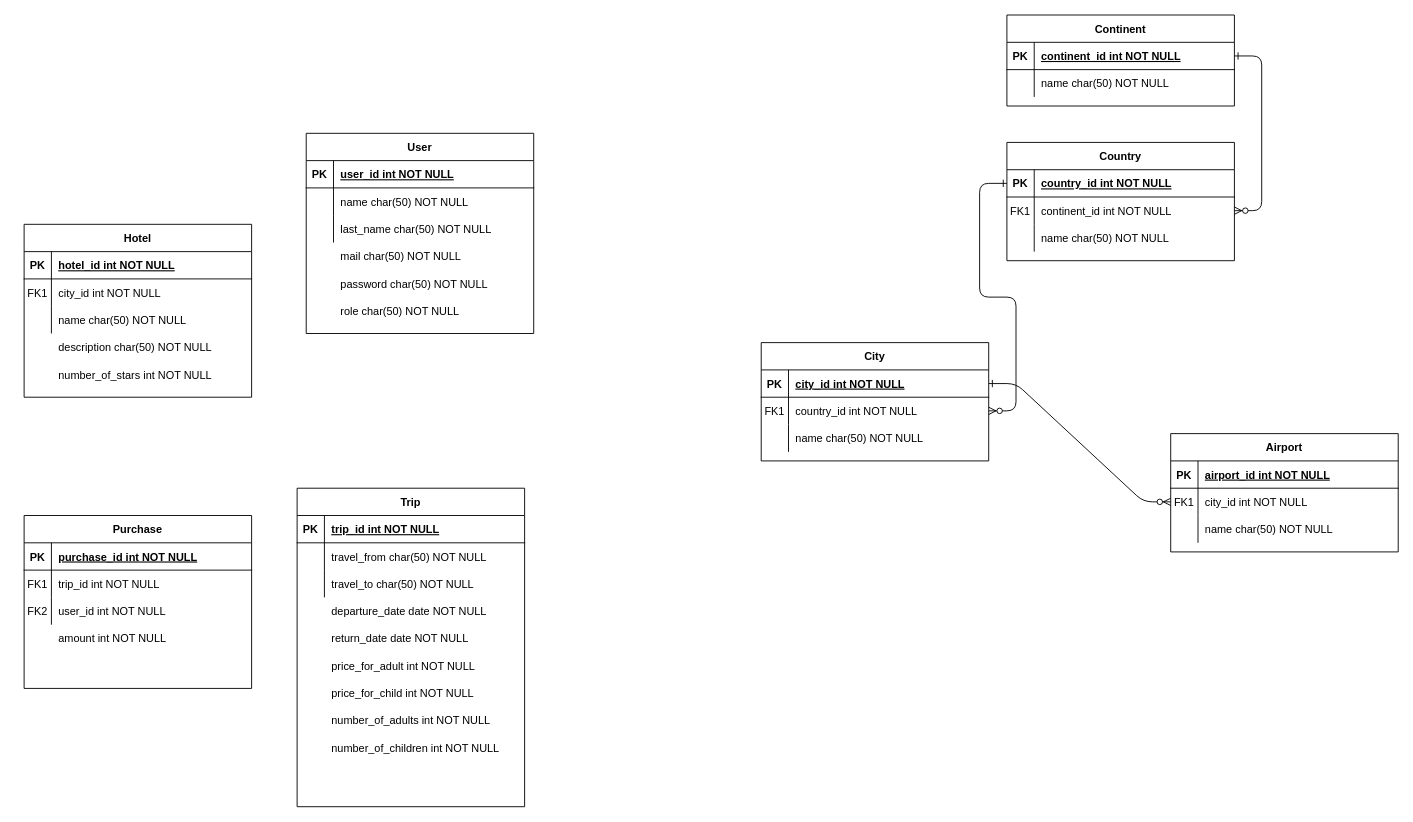
bartlomiej-druszcz/travel-office keeps this draw.io diagram as Diagram bez tytułu.drawio. Above is the earlier version. Source tidied: cells renumbered, new cells numbered last; positions are measured from the earlier drawing's top-left corner, leaving out a move shared by most shapes. Both pictures are drawn from the tidied source at 91%, with x=0, y=0 at pixel (15, 15).
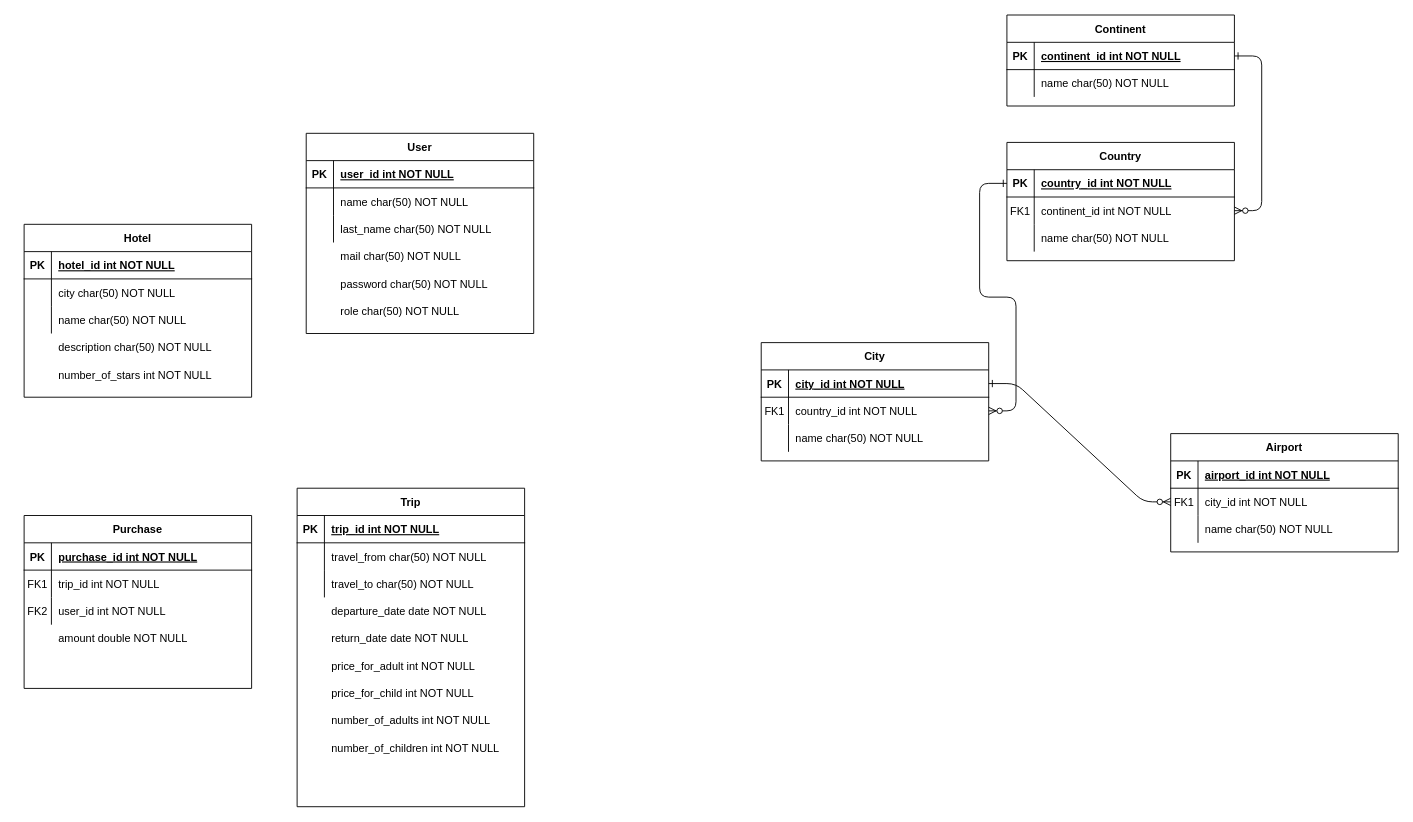
The same diagram, later.

Commit message:
Redukcja schematu o city i airport

The change refers to these unchanged cells:
```xml
<mxCell id="57" style="shape=partialRectangle;fillColor=none;top=0;left=0;right=0;bottom=0;" parent="53" vertex="1">
  <mxGeometry y="60" width="250" height="30" as="geometry" />
</mxCell>
```

The edit, as a diff of the source:
```diff
@@
-    <mxCell id="58" value="FK1" style="shape=partialRectangle;overflow=hidden;fillColor=none;top=0;left=0;bottom=0;right=0;" parent="57" vertex="1">
+    <mxCell id="58" style="shape=partialRectangle;overflow=hidden;fillColor=none;top=0;left=0;bottom=0;right=0;" parent="57" vertex="1">
       <mxGeometry width="30" height="30" as="geometry" />
     </mxCell>
-    <mxCell id="59" value="city_id int NOT NULL" style="shape=partialRectangle;overflow=hidden;fillColor=none;top=0;left=0;bottom=0;right=0;align=left;spacingLeft=6;" parent="57" vertex="1">
+    <mxCell id="59" value="city char(50) NOT NULL" style="shape=partialRectangle;overflow=hidden;fillColor=none;top=0;left=0;bottom=0;right=0;align=left;spacingLeft=6;" parent="57" vertex="1">
       <mxGeometry x="30" width="220" height="30" as="geometry" />
     </mxCell>
@@
-    <mxCell id="85" value="amount int NOT NULL" style="shape=partialRectangle;overflow=hidden;fillColor=none;top=0;left=0;bottom=0;right=0;align=left;spacingLeft=6;" parent="1" vertex="1">
+    <mxCell id="85" value="amount double NOT NULL" style="shape=partialRectangle;overflow=hidden;fillColor=none;top=0;left=0;bottom=0;right=0;align=left;spacingLeft=6;" parent="1" vertex="1">
       <mxGeometry x="40" y="670" width="220" height="30" as="geometry" />
     </mxCell>
```
